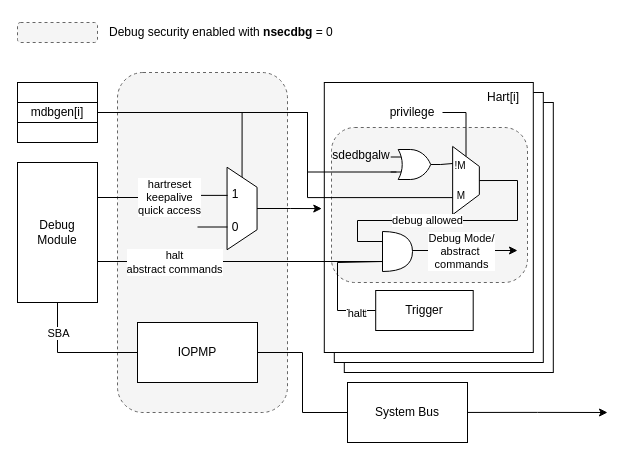
This is page "debug" (1 of 3) of images/external_debug_protection.drawio from riscv-non-isa/riscv-external-debug-security, a draw.io file, before an edit. Source tidied: cells renumbered, new cells numbered last; positions are measured from the earlier drawing's top-left corner, leaving out a move shared by most shapes. Both pictures are drawn from the tidied source at 100%, with x=0, y=0 at pixel (17, 17).
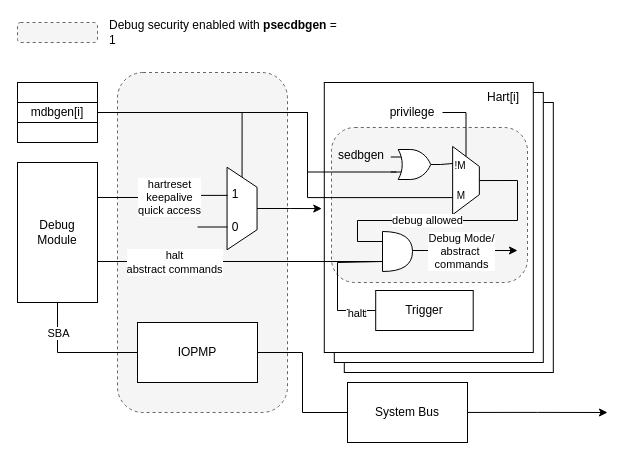
After the change.

Diff of the diagram source:
```diff
@@
-    <mxCell id="45" value="sdedbgalw" style="text;html=1;align=center;verticalAlign=middle;whiteSpace=wrap;rounded=0;" parent="1" vertex="1">
+    <mxCell id="45" value="sedbgen" style="text;html=1;align=center;verticalAlign=middle;whiteSpace=wrap;rounded=0;" parent="1" vertex="1">
       <mxGeometry x="314" y="123" width="60" height="30" as="geometry" />
     </mxCell>
@@
-    <mxCell id="51" value="Debug security enabled with &lt;b&gt;nsecdbg&lt;/b&gt; = 0&amp;nbsp;" style="text;html=1;align=left;verticalAlign=middle;whiteSpace=wrap;rounded=0;" parent="1" vertex="1">
+    <mxCell id="51" value="Debug security enabled with &lt;b&gt;psecdbgen&lt;/b&gt; = 1&amp;nbsp;" style="text;html=1;align=left;verticalAlign=middle;whiteSpace=wrap;rounded=0;" parent="1" vertex="1">
       <mxGeometry x="90" width="240" height="30" as="geometry" />
     </mxCell>
```
